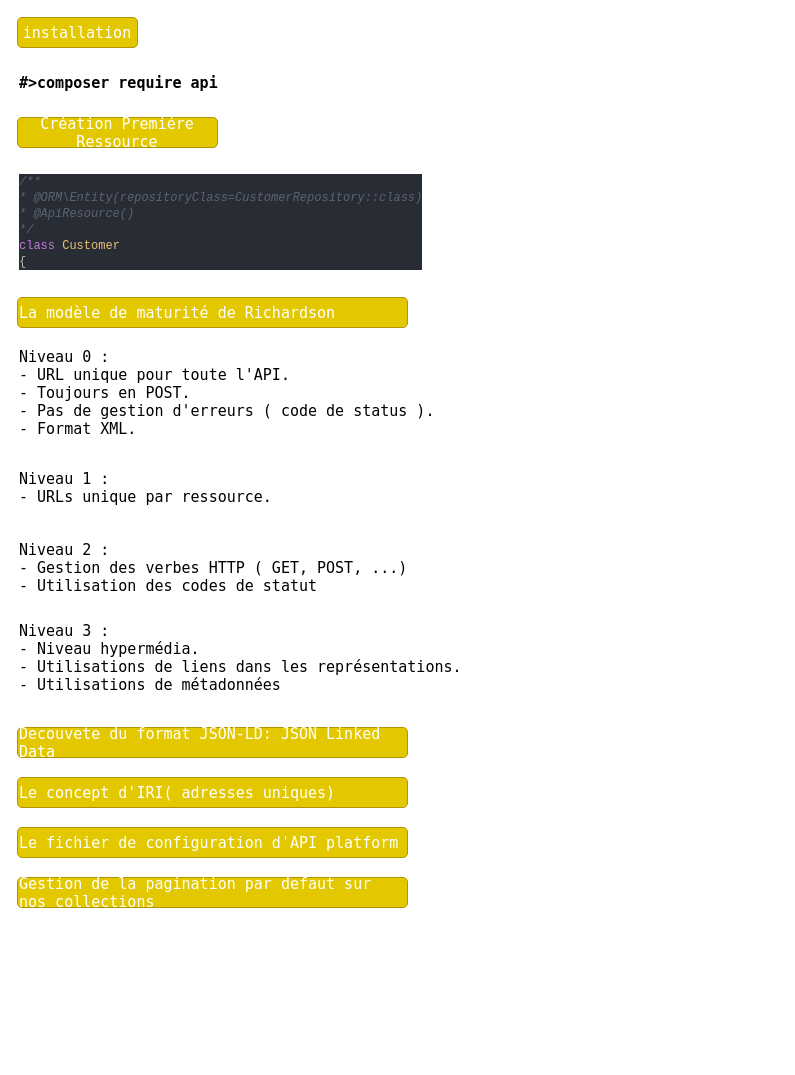
Earlier version of the draw.io diagram page "API Platform mise en place et decouvert du composant" (3 of 3) of symfony_4_api_platform.drawio (JihedGo/symfony-4-api-platform). Source tidied: cells renumbered, new cells numbered last; positions are measured from the earlier drawing's top-left corner, leaving out a move shared by most shapes. Both pictures are drawn from the tidied source at 100%, with x=0, y=0 at pixel (17, 17).
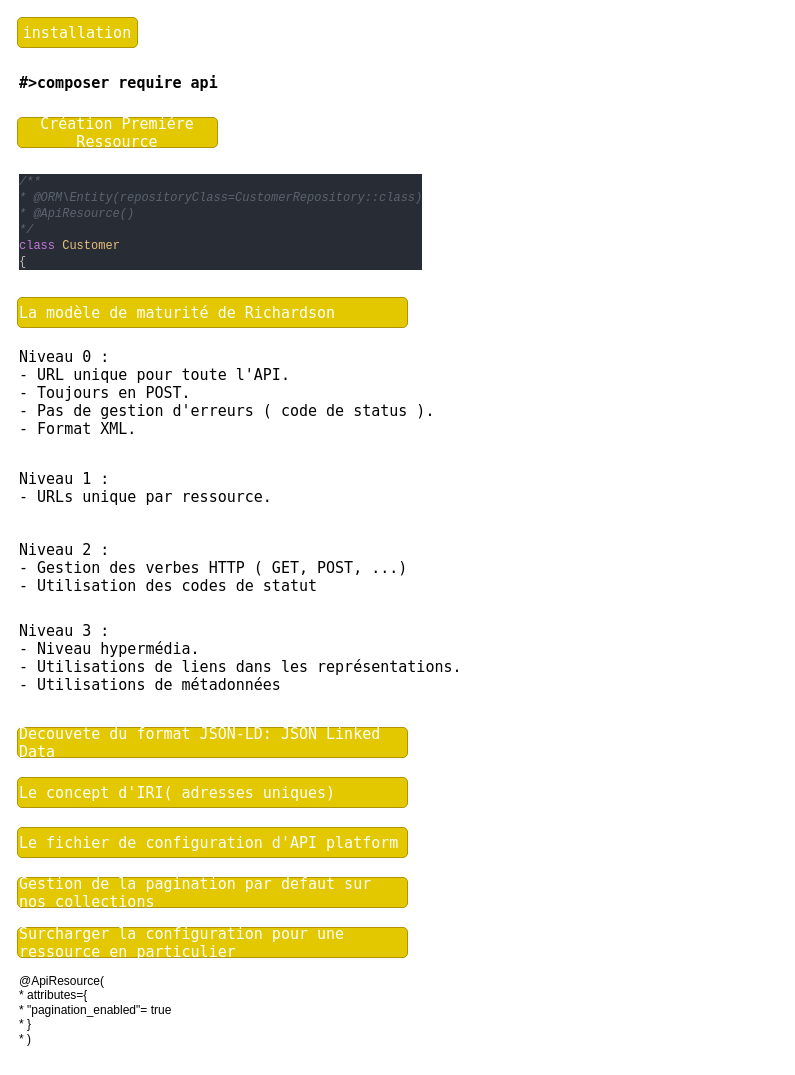
After the change.

Commit message (it also covers changes not shown here):
active pagination only for invoice

What changed in the source:
```diff
@@
 <mxGraphModel>
   <root>
     <mxCell id="0" />
     <mxCell id="1" parent="0" />
     <mxCell id="2" value="installation" style="rounded=1;whiteSpace=wrap;html=1;fontFamily=Lucida Console;fontSize=15;fillColor=#e3c800;strokeColor=#B09500;fontColor=#ffffff;" parent="1" vertex="1">
       <mxGeometry width="120" height="30" as="geometry" />
     </mxCell>
     <mxCell id="3" value="#&amp;gt;composer require api" style="text;whiteSpace=wrap;html=1;fontSize=15;fontStyle=1;fontFamily=Lucida Console;" parent="1" vertex="1">
       <mxGeometry y="50" width="500" height="30" as="geometry" />
     </mxCell>
     <mxCell id="4" value="Création Premiére Ressource" style="rounded=1;whiteSpace=wrap;html=1;fontFamily=Lucida Console;fontSize=15;fillColor=#e3c800;strokeColor=#B09500;fontColor=#ffffff;" parent="1" vertex="1">
       <mxGeometry y="100" width="200" height="30" as="geometry" />
     </mxCell>
     <mxCell id="5" value="&lt;div style=&quot;color: rgb(187, 187, 187); background-color: rgb(40, 44, 52); font-family: &amp;quot;droid sans mono&amp;quot;, monospace, monospace, &amp;quot;droid sans fallback&amp;quot;; font-weight: normal; font-size: 12px; line-height: 16px;&quot;&gt;&lt;div&gt;&lt;span style=&quot;color: #5c6370 ; font-style: italic&quot;&gt;/**&lt;/span&gt;&lt;/div&gt;&lt;div&gt;&lt;span style=&quot;color: #5c6370 ; font-style: italic&quot;&gt; * @ORM\Entity(repositoryClass=CustomerRepository::class)&lt;/span&gt;&lt;/div&gt;&lt;div&gt;&lt;span style=&quot;color: #5c6370 ; font-style: italic&quot;&gt; * @ApiResource()&lt;/span&gt;&lt;/div&gt;&lt;div&gt;&lt;span style=&quot;color: #5c6370 ; font-style: italic&quot;&gt; */&lt;/span&gt;&lt;/div&gt;&lt;div&gt;&lt;span style=&quot;color: #c678dd&quot;&gt;class&lt;/span&gt;&lt;span style=&quot;color: #bbbbbb&quot;&gt; &lt;/span&gt;&lt;span style=&quot;color: #e5c07b&quot;&gt;Customer&lt;/span&gt;&lt;/div&gt;&lt;div&gt;&lt;span style=&quot;color: #bbbbbb&quot;&gt;{&lt;/span&gt;&lt;/div&gt;&lt;/div&gt;" style="text;whiteSpace=wrap;html=1;fontSize=15;fontFamily=Lucida Console;" parent="1" vertex="1">
       <mxGeometry y="150" width="430" height="110" as="geometry" />
     </mxCell>
     <mxCell id="6" value="La modèle de maturité de Richardson" style="rounded=1;whiteSpace=wrap;html=1;fontFamily=Lucida Console;fontSize=15;fillColor=#e3c800;strokeColor=#B09500;fontColor=#ffffff;align=left;" parent="1" vertex="1">
       <mxGeometry y="280" width="390" height="30" as="geometry" />
     </mxCell>
     <mxCell id="7" value="Niveau 0 : &lt;br&gt;- URL unique pour toute l'API.&lt;br&gt;- Toujours en POST.&lt;br&gt;- Pas de gestion d'erreurs ( code de status ).&lt;br&gt;- Format XML." style="text;html=1;strokeColor=none;fillColor=none;align=left;verticalAlign=middle;whiteSpace=wrap;rounded=0;fontFamily=Lucida Console;fontSize=15;" parent="1" vertex="1">
       <mxGeometry y="330" width="760" height="90" as="geometry" />
     </mxCell>
     <mxCell id="8" value="Niveau 1 : &lt;br&gt;- URLs unique par ressource." style="text;html=1;strokeColor=none;fillColor=none;align=left;verticalAlign=middle;whiteSpace=wrap;rounded=0;fontFamily=Lucida Console;fontSize=15;" parent="1" vertex="1">
       <mxGeometry y="440" width="760" height="60" as="geometry" />
     </mxCell>
     <mxCell id="9" value="Niveau 2 : &lt;br&gt;- Gestion des verbes HTTP ( GET, POST, ...)&lt;br&gt;- Utilisation des codes de statut" style="text;html=1;strokeColor=none;fillColor=none;align=left;verticalAlign=middle;whiteSpace=wrap;rounded=0;fontFamily=Lucida Console;fontSize=15;" parent="1" vertex="1">
       <mxGeometry y="520" width="760" height="60" as="geometry" />
     </mxCell>
     <mxCell id="10" value="Niveau 3 : &lt;br&gt;- Niveau hypermédia.&lt;br&gt;- Utilisations de liens dans les représentations.&lt;br&gt;- Utilisations de métadonnées" style="text;html=1;strokeColor=none;fillColor=none;align=left;verticalAlign=middle;whiteSpace=wrap;rounded=0;fontFamily=Lucida Console;fontSize=15;" parent="1" vertex="1">
       <mxGeometry y="600" width="760" height="80" as="geometry" />
     </mxCell>
     <mxCell id="11" value="Decouvete du format JSON-LD: JSON Linked Data" style="rounded=1;whiteSpace=wrap;html=1;fontFamily=Lucida Console;fontSize=15;fillColor=#e3c800;strokeColor=#B09500;fontColor=#ffffff;align=left;" parent="1" vertex="1">
       <mxGeometry y="710" width="390" height="30" as="geometry" />
     </mxCell>
     <mxCell id="12" value="Le concept d'IRI( adresses uniques)" style="rounded=1;whiteSpace=wrap;html=1;fontFamily=Lucida Console;fontSize=15;fillColor=#e3c800;strokeColor=#B09500;fontColor=#ffffff;align=left;" parent="1" vertex="1">
       <mxGeometry y="760" width="390" height="30" as="geometry" />
     </mxCell>
     <mxCell id="13" value="Le fichier de configuration d'API platform" style="rounded=1;whiteSpace=wrap;html=1;fontFamily=Lucida Console;fontSize=15;fillColor=#e3c800;strokeColor=#B09500;fontColor=#ffffff;align=left;" parent="1" vertex="1">
       <mxGeometry y="810" width="390" height="30" as="geometry" />
     </mxCell>
     <mxCell id="14" value="Gestion de la pagination par defaut sur nos collections" style="rounded=1;whiteSpace=wrap;html=1;fontFamily=Lucida Console;fontSize=15;fillColor=#e3c800;strokeColor=#B09500;fontColor=#ffffff;align=left;" parent="1" vertex="1">
       <mxGeometry y="860" width="390" height="30" as="geometry" />
     </mxCell>
+    <mxCell id="15" value="Surcharger la configuration pour une ressource en particulier" style="rounded=1;whiteSpace=wrap;html=1;fontFamily=Lucida Console;fontSize=15;fillColor=#e3c800;strokeColor=#B09500;fontColor=#ffffff;align=left;" parent="1" vertex="1">
+      <mxGeometry y="910" width="390" height="30" as="geometry" />
+    </mxCell>
+    <mxCell id="16" value="@ApiResource(&#10; *   attributes={&#10; *      &quot;pagination_enabled&quot;= true&#10; *   }&#10; * )" style="text;whiteSpace=wrap;html=1;" parent="1" vertex="1">
+      <mxGeometry y="950" width="400" height="90" as="geometry" />
+    </mxCell>
   </root>
 </mxGraphModel>
```
